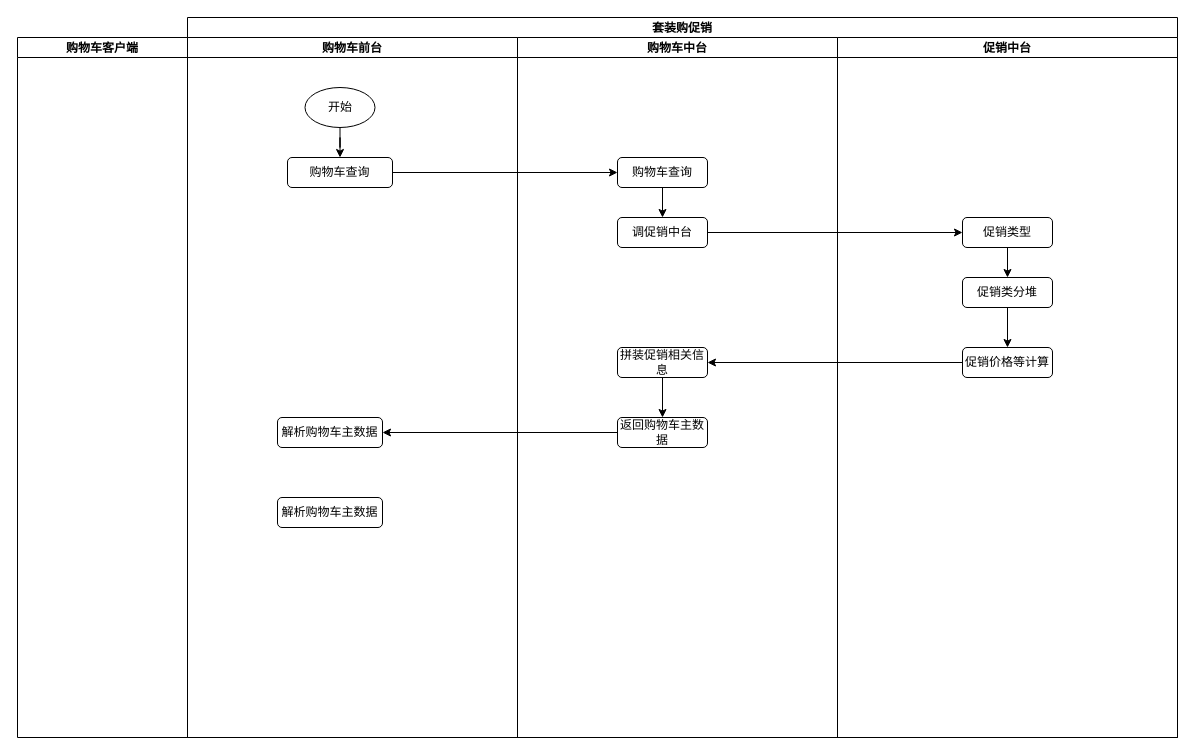
Above: 促销复盘.drawio in lihongliang1989/diagram (draw.io), before the change. Source tidied: cells renumbered, new cells numbered last; positions are measured from the earlier drawing's top-left corner, leaving out a move shared by most shapes. Both pictures are drawn from the tidied source at 100%, with x=0, y=0 at pixel (17, 17).
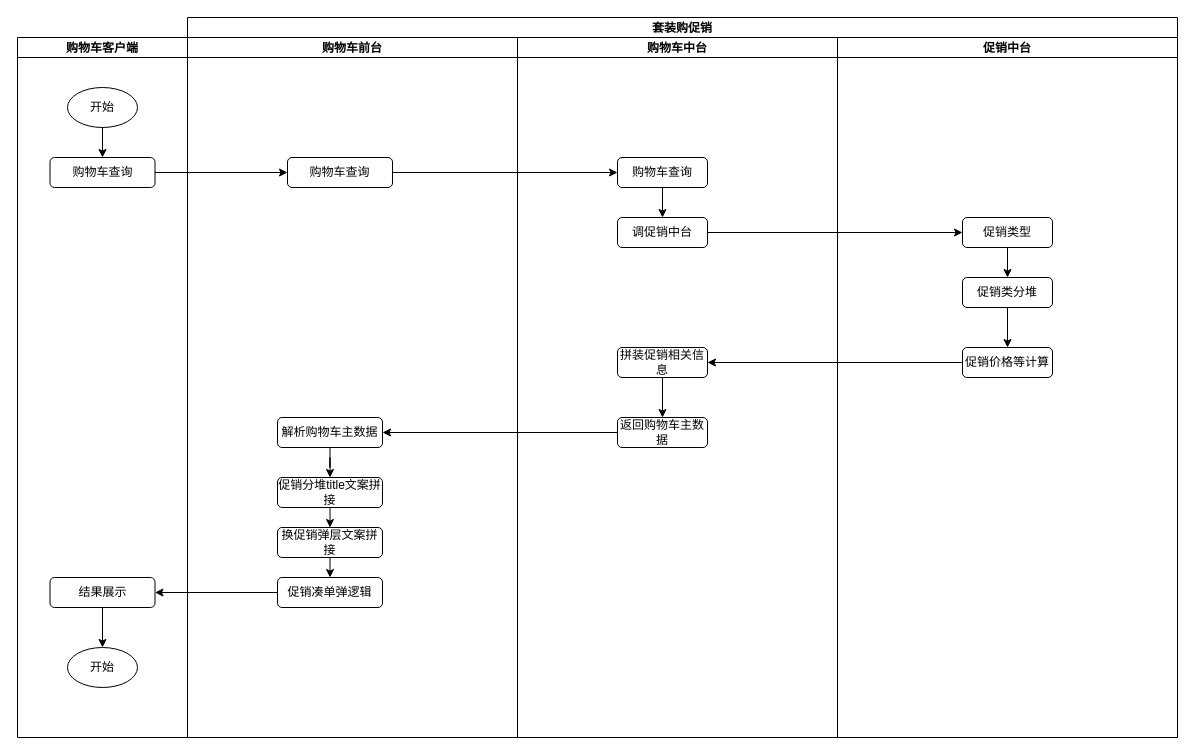
After the change.

The change refers to these unchanged cells:
```xml
<mxCell id="3" value="购物车前台" style="swimlane;startSize=20;" parent="2" vertex="1">
  <mxGeometry y="20" width="330" height="700" as="geometry" />
</mxCell>
<mxCell id="6" value="购物车查询" style="rounded=1;whiteSpace=wrap;html=1;" parent="3" vertex="1">
  <mxGeometry x="100" y="120" width="105" height="30" as="geometry" />
</mxCell>
<mxCell id="7" value="解析购物车主数据" style="rounded=1;whiteSpace=wrap;html=1;" parent="3" vertex="1">
  <mxGeometry x="90" y="380" width="105" height="30" as="geometry" />
</mxCell>
<mxCell id="26" value="购物车客户端" style="swimlane;startSize=20;" parent="1" vertex="1">
  <mxGeometry y="20" width="170" height="700" as="geometry" />
</mxCell>
```

Change to the diagram source:
```diff
@@
-    <mxCell id="4" style="edgeStyle=orthogonalEdgeStyle;rounded=0;jettySize=auto;html=1;entryX=0.5;entryY=0;entryDx=0;entryDy=0;" parent="3" edge="1" source="5" target="6">
-      <mxGeometry relative="1" as="geometry" />
-    </mxCell>
-    <mxCell id="5" value="开始" style="ellipse;whiteSpace=wrap;html=1;" parent="3" vertex="1">
-      <mxGeometry x="117.5" y="50" width="70" height="40" as="geometry" />
-    </mxCell>
@@
+    <mxCell id="27" style="edgeStyle=orthogonalEdgeStyle;rounded=0;jettySize=auto;html=1;entryX=0.5;entryY=0;entryDx=0;entryDy=0;" parent="3" edge="1" source="7" target="8">
+      <mxGeometry relative="1" as="geometry" />
+    </mxCell>
@@
+    <mxCell id="28" style="edgeStyle=orthogonalEdgeStyle;rounded=0;jettySize=auto;html=1;exitX=0.5;exitY=1;exitDx=0;exitDy=0;entryX=0.5;entryY=0;entryDx=0;entryDy=0;" parent="3" edge="1" source="8" target="30">
+      <mxGeometry relative="1" as="geometry" />
+    </mxCell>
-    <mxCell id="8" value="解析购物车主数据" style="rounded=1;whiteSpace=wrap;html=1;" parent="3" vertex="1">
-      <mxGeometry x="90" y="460" width="105" height="30" as="geometry" />
+    <mxCell id="8" value="促销分堆title文案拼接" style="rounded=1;whiteSpace=wrap;html=1;" parent="3" vertex="1">
+      <mxGeometry x="90" y="440" width="105" height="30" as="geometry" />
     </mxCell>
+    <mxCell id="29" style="edgeStyle=orthogonalEdgeStyle;rounded=0;jettySize=auto;html=1;exitX=0.5;exitY=1;exitDx=0;exitDy=0;entryX=0.5;entryY=0;entryDx=0;entryDy=0;" parent="3" edge="1" source="30" target="31">
+      <mxGeometry relative="1" as="geometry" />
+    </mxCell>
+    <mxCell id="30" value="换促销弹层文案拼接" style="rounded=1;whiteSpace=wrap;html=1;" parent="3" vertex="1">
+      <mxGeometry x="90" y="490" width="105" height="30" as="geometry" />
+    </mxCell>
+    <mxCell id="31" value="促销凑单弹逻辑" style="rounded=1;whiteSpace=wrap;html=1;" parent="3" vertex="1">
+      <mxGeometry x="90" y="540" width="105" height="30" as="geometry" />
+    </mxCell>
@@
+    <mxCell id="32" value="开始" style="ellipse;whiteSpace=wrap;html=1;" parent="26" vertex="1">
+      <mxGeometry x="50" y="50" width="70" height="40" as="geometry" />
+    </mxCell>
+    <mxCell id="33" style="edgeStyle=orthogonalEdgeStyle;rounded=0;jettySize=auto;html=1;" parent="26" edge="1" source="34" target="35">
+      <mxGeometry relative="1" as="geometry" />
+    </mxCell>
+    <mxCell id="34" value="结果展示" style="rounded=1;whiteSpace=wrap;html=1;" parent="26" vertex="1">
+      <mxGeometry x="32.5" y="540" width="105" height="30" as="geometry" />
+    </mxCell>
+    <mxCell id="35" value="开始" style="ellipse;whiteSpace=wrap;html=1;" parent="26" vertex="1">
+      <mxGeometry x="50" y="610" width="70" height="40" as="geometry" />
+    </mxCell>
+    <mxCell id="36" style="edgeStyle=orthogonalEdgeStyle;rounded=0;jettySize=auto;html=1;entryX=0;entryY=0.5;entryDx=0;entryDy=0;" parent="1" edge="1" source="37" target="6">
+      <mxGeometry relative="1" as="geometry" />
+    </mxCell>
+    <mxCell id="37" value="购物车查询" style="rounded=1;whiteSpace=wrap;html=1;" parent="1" vertex="1">
+      <mxGeometry x="32.5" y="140" width="105" height="30" as="geometry" />
+    </mxCell>
+    <mxCell id="38" style="edgeStyle=orthogonalEdgeStyle;rounded=0;jettySize=auto;html=1;entryX=0.5;entryY=0;entryDx=0;entryDy=0;" parent="1" edge="1" source="32" target="37">
+      <mxGeometry relative="1" as="geometry" />
+    </mxCell>
+    <mxCell id="39" style="edgeStyle=orthogonalEdgeStyle;rounded=0;jettySize=auto;html=1;entryX=1;entryY=0.5;entryDx=0;entryDy=0;" parent="1" edge="1" source="31" target="34">
+      <mxGeometry relative="1" as="geometry" />
+    </mxCell>
```
